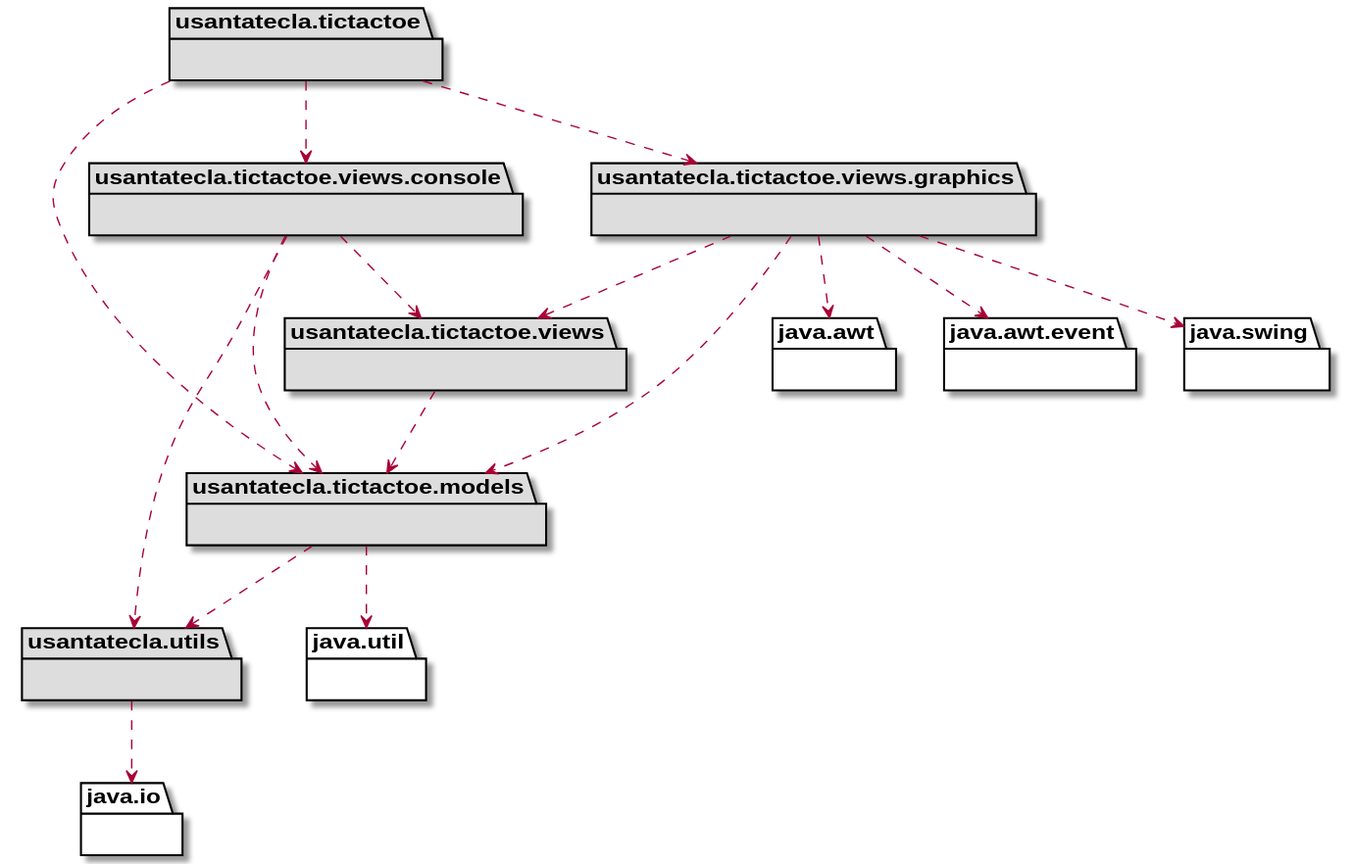
Before: documentView/console/docs/diagrams/out/arquitectura/arquitectura.svg, a diagram exported from PlantUML (Jolucaa/USantaTecla-project-ticTacToe).
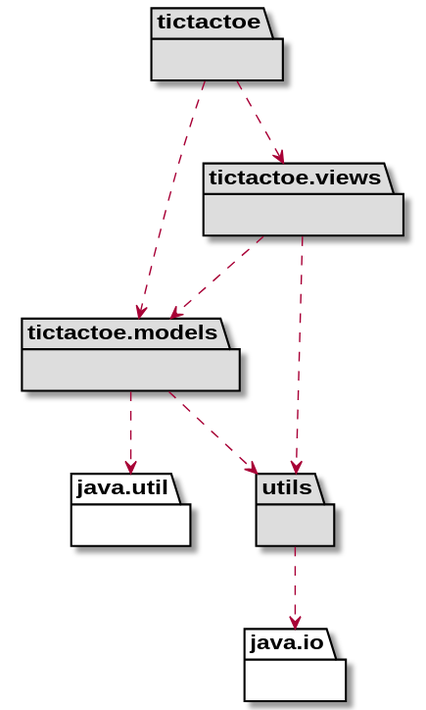
Above is the later version.

Commit message:
Cambio en documentación de documentView.withoutFactoryMethod

Diff of the diagram source:
```diff
@@ -1,29 +1,16 @@
 @startuml
-package usantatecla.tictactoe #DDDDDD { }
-package usantatecla.tictactoe.models #DDDDDD { }
-package usantatecla.tictactoe.views #DDDDDD { }
-package usantatecla.tictactoe.views.console #DDDDDD { }
-package usantatecla.tictactoe.views.graphics #DDDDDD { }
-package usantatecla.utils #DDDDDD { }
+package tictactoe #DDDDDD { }
+package tictactoe.models #DDDDDD { }
+package tictactoe.views #DDDDDD { }
 package java.util{ }
-package java.awt{ }
-package java.awt.event{ }
-package java.swing{ }
-usantatecla.tictactoe .down.> usantatecla.tictactoe.models
-usantatecla.tictactoe .down.> usantatecla.tictactoe.views.console
-usantatecla.tictactoe .down.> usantatecla.tictactoe.views.graphics
-usantatecla.tictactoe.views.console .down.> usantatecla.tictactoe.views
-usantatecla.tictactoe.views.graphics .down.> usantatecla.tictactoe.views
-usantatecla.tictactoe.views.graphics .down.> java.awt
-usantatecla.tictactoe.views.graphics .down.> java.awt.event
-usantatecla.tictactoe.views.graphics .down.> java.swing
-usantatecla.tictactoe.models .down.> java.util
-usantatecla.tictactoe.models .down.> usantatecla.utils
-usantatecla.tictactoe.views.console .down.> usantatecla.utils
-usantatecla.tictactoe.views .down.> usantatecla.tictactoe.models
-usantatecla.tictactoe.views.console .down.> usantatecla.tictactoe.models
-usantatecla.tictactoe.views.graphics .down.> usantatecla.tictactoe.models
+tictactoe .down.> tictactoe.models
+tictactoe .down.> tictactoe.views
+tictactoe.models .down.> java.util
+tictactoe.models .down.> utils
+tictactoe.views .down.> utils
+tictactoe.views .down.> tictactoe.models
 
+package utils #DDDDDD { }
 package java.io{ }
-usantatecla.utils .down.> java.io
+utils .down.> java.io
 @enduml
```
